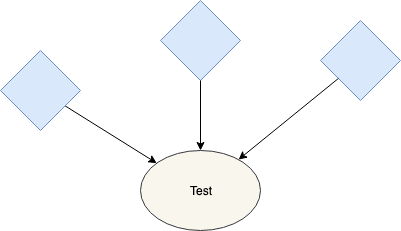
Before: Untitled Diagram.png, a diagram exported from draw.io (alderg/sandbox). Source tidied: cells renumbered, new cells last; positions are measured from the earlier drawing's top-left corner, leaving out a move shared by most shapes.
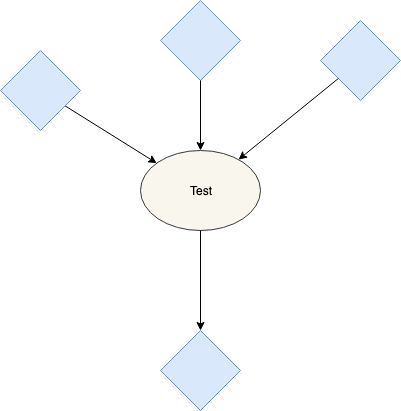
Later version of the same file.

Change to the diagram source:
```diff
@@ -11,9 +11,15 @@
     <mxCell id="4" value="Test" style="ellipse;whiteSpace=wrap;html=1;fillColor=#f9f7ed;strokeColor=#36393d;" parent="1" vertex="1">
       <mxGeometry x="140" y="150" width="120" height="80" as="geometry" />
     </mxCell>
+    <mxCell id="9" style="rhombus;whiteSpace=wrap;html=1;fillColor=#dae8fc;strokeColor=#6c8ebf;" parent="1" vertex="1">
+      <mxGeometry x="160" y="330" width="80" height="80" as="geometry" />
+    </mxCell>
     <mxCell id="5" style="rhombus;whiteSpace=wrap;html=1;fillColor=#dae8fc;strokeColor=#6c8ebf;" parent="1" vertex="1">
       <mxGeometry x="160" width="80" height="80" as="geometry" />
     </mxCell>
+    <mxCell id="10" style="edgeStyle=none;rounded=0;jumpStyle=arc;jumpSize=6;html=1;labelBackgroundColor=none;jettySize=auto;fontSize=12;" parent="1" edge="1" source="4" target="9">
+      <mxGeometry relative="1" as="geometry" />
+    </mxCell>
     <mxCell id="6" style="rhombus;whiteSpace=wrap;html=1;fillColor=#dae8fc;strokeColor=#6c8ebf;" parent="1" vertex="1">
       <mxGeometry x="320" y="20" width="80" height="80" as="geometry" />
     </mxCell>
```
